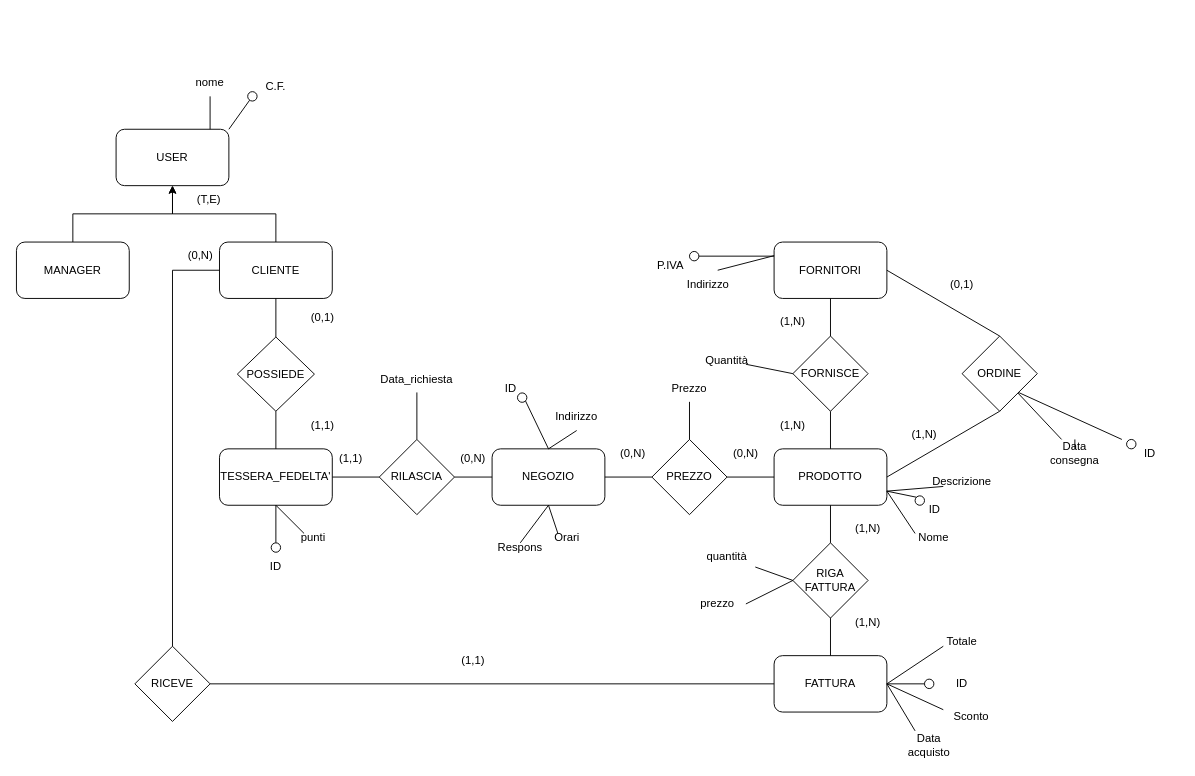
Giann8/Progetto_DB_UNI keeps this draw.io diagram as docs/schema_ER/Diagramma_ER_NR.drawio. Above is the earlier version. Source tidied: cells renumbered, new cells numbered last; positions are measured from the earlier drawing's top-left corner, leaving out a move shared by most shapes. Both pictures are drawn from the tidied source at 94%, with x=0, y=0 at pixel (16, 68).
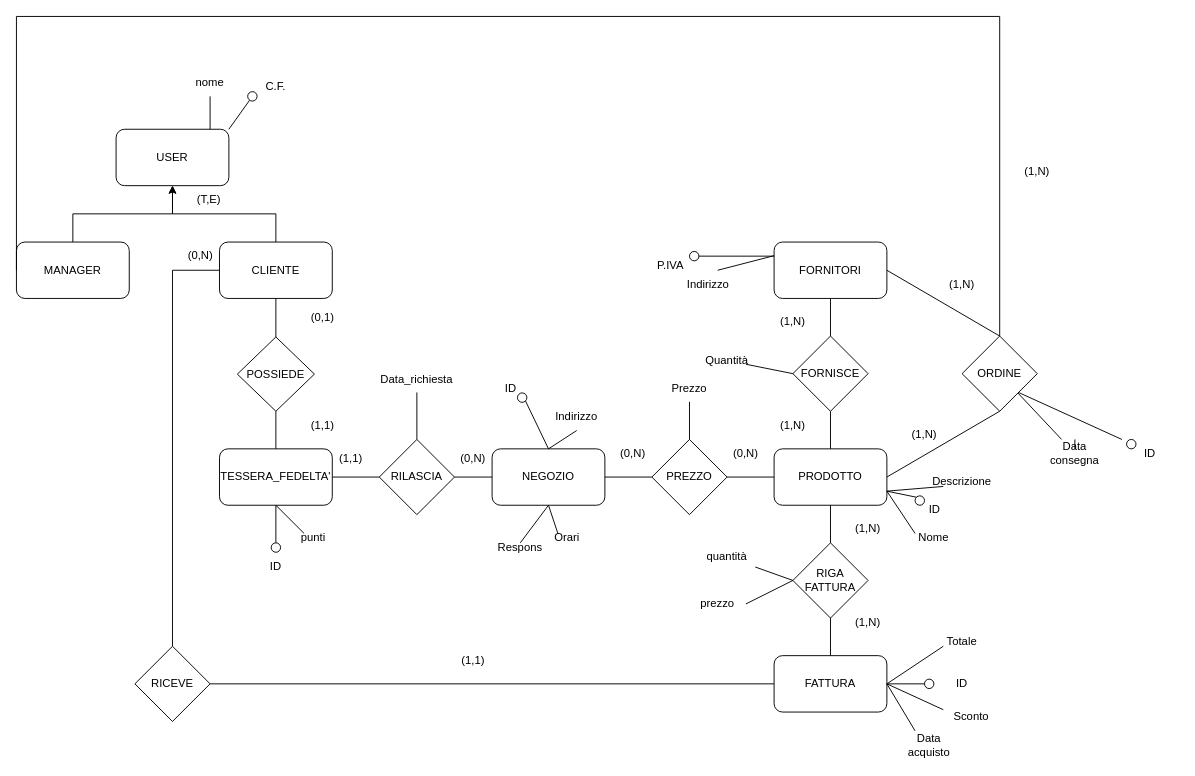
After the change.

Unchanged cells that the change refers to:
```xml
<mxCell id="11" value="MANAGER" style="rounded=1;whiteSpace=wrap;html=1;" parent="1" vertex="1">
  <mxGeometry y="185" width="120" height="60" as="geometry" />
</mxCell>
<mxCell id="29" value="ORDINE" style="rhombus;whiteSpace=wrap;html=1;" parent="1" vertex="1">
  <mxGeometry x="1006" y="285" width="80" height="80" as="geometry" />
</mxCell>
```

Change to the diagram source:
```diff
@@
-    <mxCell id="46" value="(0,1)" style="text;html=1;align=center;verticalAlign=middle;whiteSpace=wrap;rounded=0;" parent="1" vertex="1">
+    <mxCell id="46" value="(1,N)" style="text;html=1;align=center;verticalAlign=middle;whiteSpace=wrap;rounded=0;" parent="1" vertex="1">
       <mxGeometry x="976" y="215" width="60" height="30" as="geometry" />
     </mxCell>
@@
+    <mxCell id="105" style="endArrow=none;html=1;rounded=0;exitX=0;exitY=0.5;exitDx=0;exitDy=0;" parent="1" edge="1" source="11">
+      <mxGeometry relative="1" as="geometry">
+        <mxPoint y="-55" as="targetPoint" />
+      </mxGeometry>
+    </mxCell>
+    <mxCell id="106" style="endArrow=none;html=1;rounded=0;" parent="1" edge="1">
+      <mxGeometry relative="1" as="geometry">
+        <mxPoint y="-55" as="sourcePoint" />
+        <mxPoint x="1046" y="-55" as="targetPoint" />
+      </mxGeometry>
+    </mxCell>
+    <mxCell id="107" style="endArrow=none;html=1;rounded=0;exitX=0.5;exitY=0;exitDx=0;exitDy=0;" parent="1" edge="1" source="29">
+      <mxGeometry relative="1" as="geometry">
+        <mxPoint x="1046" y="-55" as="targetPoint" />
+      </mxGeometry>
+    </mxCell>
+    <mxCell id="108" value="(1,N)" style="text;html=1;align=center;verticalAlign=middle;whiteSpace=wrap;rounded=0;" parent="1" vertex="1">
+      <mxGeometry x="1056" y="95" width="60" height="30" as="geometry" />
+    </mxCell>
```
